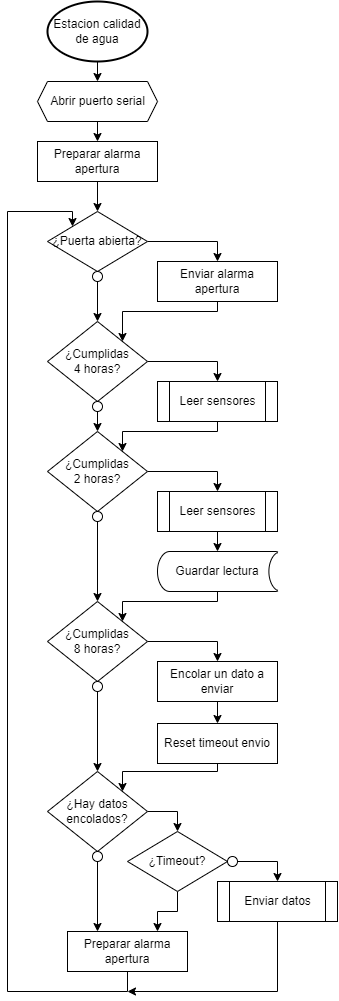
This is docs/Diagramas/Diagrama_de_flujo.png from AgustinAllegui/Estacion-calidad-agua, a draw.io export, as it was before one commit. Source tidied: cells renumbered, new cells last; positions are measured from the earlier drawing's top-left corner, leaving out a move shared by most shapes. Source of this version:
```xml
<mxGraphModel>
  <root>
    <mxCell id="0" />
    <mxCell id="1" parent="0" />
    <mxCell id="2" style="edgeStyle=orthogonalEdgeStyle;rounded=0;jettySize=auto;html=1;exitX=0.5;exitY=1;exitDx=0;exitDy=0;exitPerimeter=0;entryX=0.5;entryY=0;entryDx=0;entryDy=0;" parent="1" edge="1" source="3" target="5">
      <mxGeometry relative="1" as="geometry" />
    </mxCell>
    <mxCell id="3" value="Estacion calidad de agua" style="strokeWidth=2;html=1;shape=mxgraph.flowchart.start_2;whiteSpace=wrap;" parent="1" vertex="1">
      <mxGeometry x="40" width="100" height="60" as="geometry" />
    </mxCell>
    <mxCell id="4" style="edgeStyle=orthogonalEdgeStyle;rounded=0;jettySize=auto;html=1;exitX=0.5;exitY=1;exitDx=0;exitDy=0;entryX=0.5;entryY=0;entryDx=0;entryDy=0;" parent="1" edge="1" source="5" target="7">
      <mxGeometry relative="1" as="geometry" />
    </mxCell>
    <mxCell id="5" value="Abrir puerto serial" style="verticalLabelPosition=middle;verticalAlign=middle;html=1;shape=hexagon;perimeter=hexagonPerimeter2;arcSize=6;size=0.08333333333333333;labelPosition=center;align=center;" parent="1" vertex="1">
      <mxGeometry x="30" y="80" width="120" height="40" as="geometry" />
    </mxCell>
    <mxCell id="6" style="edgeStyle=orthogonalEdgeStyle;rounded=0;jettySize=auto;html=1;exitX=0.5;exitY=1;exitDx=0;exitDy=0;entryX=0.5;entryY=0;entryDx=0;entryDy=0;fontSize=10;" parent="1" edge="1" source="7" target="37">
      <mxGeometry relative="1" as="geometry" />
    </mxCell>
    <mxCell id="7" value="Preparar alarma apertura" style="rounded=0;whiteSpace=wrap;html=1;verticalAlign=middle;" parent="1" vertex="1">
      <mxGeometry x="30" y="140" width="120" height="40" as="geometry" />
    </mxCell>
    <mxCell id="8" style="edgeStyle=orthogonalEdgeStyle;rounded=0;jettySize=auto;html=1;exitX=1;exitY=0.5;exitDx=0;exitDy=0;entryX=0.5;entryY=0;entryDx=0;entryDy=0;" parent="1" edge="1" source="9" target="13">
      <mxGeometry relative="1" as="geometry" />
    </mxCell>
    <mxCell id="9" value="¿Cumplidas&lt;br&gt;2 horas?" style="rhombus;whiteSpace=wrap;html=1;verticalAlign=middle;" parent="1" vertex="1">
      <mxGeometry x="40" y="430" width="100" height="80" as="geometry" />
    </mxCell>
    <mxCell id="10" style="edgeStyle=orthogonalEdgeStyle;rounded=0;jettySize=auto;html=1;exitX=0.5;exitY=1;exitDx=0;exitDy=0;entryX=0.5;entryY=0;entryDx=0;entryDy=0;" parent="1" edge="1" source="11" target="17">
      <mxGeometry relative="1" as="geometry" />
    </mxCell>
    <mxCell id="11" style="ellipse;whiteSpace=wrap;html=1;verticalAlign=middle;" parent="1" vertex="1">
      <mxGeometry x="85" y="510" width="10" height="10" as="geometry" />
    </mxCell>
    <mxCell id="12" style="edgeStyle=orthogonalEdgeStyle;rounded=0;jettySize=auto;html=1;exitX=0.5;exitY=1;exitDx=0;exitDy=0;entryX=0.5;entryY=0;entryDx=0;entryDy=0;entryPerimeter=0;" parent="1" edge="1" source="13" target="15">
      <mxGeometry relative="1" as="geometry" />
    </mxCell>
    <mxCell id="13" value="Leer sensores" style="shape=process;whiteSpace=wrap;html=1;backgroundOutline=1;verticalAlign=middle;" parent="1" vertex="1">
      <mxGeometry x="150" y="490" width="120" height="40" as="geometry" />
    </mxCell>
    <mxCell id="14" style="edgeStyle=orthogonalEdgeStyle;rounded=0;jettySize=auto;html=1;exitX=0.5;exitY=1;exitDx=0;exitDy=0;exitPerimeter=0;entryX=1;entryY=0;entryDx=0;entryDy=0;" parent="1" edge="1" source="15" target="17">
      <mxGeometry relative="1" as="geometry">
        <Array as="points">
          <mxPoint x="210" y="600" />
          <mxPoint x="115" y="600" />
        </Array>
      </mxGeometry>
    </mxCell>
    <mxCell id="15" value="Guardar lectura" style="strokeWidth=1;html=1;shape=mxgraph.flowchart.stored_data;whiteSpace=wrap;verticalAlign=middle;" parent="1" vertex="1">
      <mxGeometry x="150" y="550" width="120" height="40" as="geometry" />
    </mxCell>
    <mxCell id="16" style="edgeStyle=orthogonalEdgeStyle;rounded=0;jettySize=auto;html=1;exitX=1;exitY=0.5;exitDx=0;exitDy=0;entryX=0.5;entryY=0;entryDx=0;entryDy=0;" parent="1" edge="1" source="17" target="21">
      <mxGeometry relative="1" as="geometry" />
    </mxCell>
    <mxCell id="17" value="¿Cumplidas&lt;br&gt;8 horas?" style="rhombus;whiteSpace=wrap;html=1;verticalAlign=middle;" parent="1" vertex="1">
      <mxGeometry x="40" y="600" width="100" height="80" as="geometry" />
    </mxCell>
    <mxCell id="18" style="edgeStyle=orthogonalEdgeStyle;rounded=0;jettySize=auto;html=1;exitX=0.5;exitY=1;exitDx=0;exitDy=0;entryX=0.5;entryY=0;entryDx=0;entryDy=0;" parent="1" edge="1" source="19" target="23">
      <mxGeometry relative="1" as="geometry" />
    </mxCell>
    <mxCell id="19" style="ellipse;whiteSpace=wrap;html=1;verticalAlign=middle;" parent="1" vertex="1">
      <mxGeometry x="85" y="680" width="10" height="10" as="geometry" />
    </mxCell>
    <mxCell id="20" style="edgeStyle=orthogonalEdgeStyle;rounded=0;jettySize=auto;html=1;exitX=0.5;exitY=1;exitDx=0;exitDy=0;entryX=0.5;entryY=0;entryDx=0;entryDy=0;" parent="1" edge="1" source="21" target="27">
      <mxGeometry relative="1" as="geometry" />
    </mxCell>
    <mxCell id="21" value="Encolar un dato a enviar" style="rounded=0;whiteSpace=wrap;html=1;verticalAlign=middle;" parent="1" vertex="1">
      <mxGeometry x="150" y="660" width="120" height="40" as="geometry" />
    </mxCell>
    <mxCell id="22" style="edgeStyle=orthogonalEdgeStyle;rounded=0;jettySize=auto;html=1;exitX=1;exitY=0.5;exitDx=0;exitDy=0;entryX=0.5;entryY=0;entryDx=0;entryDy=0;" parent="1" edge="1" source="23" target="29">
      <mxGeometry relative="1" as="geometry" />
    </mxCell>
    <mxCell id="23" value="¿Hay datos encolados?" style="rhombus;whiteSpace=wrap;html=1;verticalAlign=middle;" parent="1" vertex="1">
      <mxGeometry x="40" y="770" width="100" height="80" as="geometry" />
    </mxCell>
    <mxCell id="24" style="edgeStyle=orthogonalEdgeStyle;rounded=0;jettySize=auto;html=1;exitX=0.5;exitY=1;exitDx=0;exitDy=0;entryX=0.25;entryY=0;entryDx=0;entryDy=0;" parent="1" edge="1" source="25" target="35">
      <mxGeometry relative="1" as="geometry" />
    </mxCell>
    <mxCell id="25" style="ellipse;whiteSpace=wrap;html=1;verticalAlign=middle;" parent="1" vertex="1">
      <mxGeometry x="85" y="850" width="10" height="10" as="geometry" />
    </mxCell>
    <mxCell id="26" style="edgeStyle=orthogonalEdgeStyle;rounded=0;jettySize=auto;html=1;exitX=0.5;exitY=1;exitDx=0;exitDy=0;entryX=1;entryY=0;entryDx=0;entryDy=0;" parent="1" edge="1" source="27" target="23">
      <mxGeometry relative="1" as="geometry">
        <Array as="points">
          <mxPoint x="210" y="770" />
          <mxPoint x="115" y="770" />
        </Array>
      </mxGeometry>
    </mxCell>
    <mxCell id="27" value="Reset timeout envio" style="rounded=0;whiteSpace=wrap;html=1;verticalAlign=middle;" parent="1" vertex="1">
      <mxGeometry x="150" y="722" width="120" height="40" as="geometry" />
    </mxCell>
    <mxCell id="28" style="edgeStyle=orthogonalEdgeStyle;rounded=0;jettySize=auto;html=1;exitX=0.5;exitY=1;exitDx=0;exitDy=0;entryX=0.75;entryY=0;entryDx=0;entryDy=0;" parent="1" edge="1" source="29" target="35">
      <mxGeometry relative="1" as="geometry" />
    </mxCell>
    <mxCell id="29" value="¿Timeout?" style="rhombus;whiteSpace=wrap;html=1;verticalAlign=middle;" parent="1" vertex="1">
      <mxGeometry x="120" y="830" width="100" height="60" as="geometry" />
    </mxCell>
    <mxCell id="30" style="edgeStyle=orthogonalEdgeStyle;rounded=0;jettySize=auto;html=1;exitX=1;exitY=0.5;exitDx=0;exitDy=0;entryX=0.5;entryY=0;entryDx=0;entryDy=0;" parent="1" edge="1" source="31" target="33">
      <mxGeometry relative="1" as="geometry" />
    </mxCell>
    <mxCell id="31" style="ellipse;whiteSpace=wrap;html=1;verticalAlign=middle;" parent="1" vertex="1">
      <mxGeometry x="220" y="855" width="10" height="10" as="geometry" />
    </mxCell>
    <mxCell id="32" style="edgeStyle=orthogonalEdgeStyle;rounded=0;jettySize=auto;html=1;exitX=0.5;exitY=1;exitDx=0;exitDy=0;" parent="1" edge="1" source="33">
      <mxGeometry relative="1" as="geometry">
        <mxPoint x="120" y="990" as="targetPoint" />
        <Array as="points">
          <mxPoint x="270" y="990" />
        </Array>
      </mxGeometry>
    </mxCell>
    <mxCell id="33" value="Enviar datos" style="shape=process;whiteSpace=wrap;html=1;backgroundOutline=1;strokeWidth=1;verticalAlign=middle;" parent="1" vertex="1">
      <mxGeometry x="210" y="880" width="120" height="40" as="geometry" />
    </mxCell>
    <mxCell id="34" style="edgeStyle=orthogonalEdgeStyle;rounded=0;jettySize=auto;html=1;exitX=0.5;exitY=1;exitDx=0;exitDy=0;entryX=0;entryY=0;entryDx=0;entryDy=0;" parent="1" edge="1" source="35" target="37">
      <mxGeometry relative="1" as="geometry">
        <Array as="points">
          <mxPoint x="120" y="990" />
          <mxPoint y="990" />
          <mxPoint y="210" />
          <mxPoint x="65" y="210" />
        </Array>
      </mxGeometry>
    </mxCell>
    <mxCell id="35" value="Preparar alarma apertura" style="rounded=0;whiteSpace=wrap;html=1;verticalAlign=middle;" parent="1" vertex="1">
      <mxGeometry x="60" y="930" width="120" height="40" as="geometry" />
    </mxCell>
    <mxCell id="36" style="edgeStyle=orthogonalEdgeStyle;rounded=0;jettySize=auto;html=1;exitX=1;exitY=0.5;exitDx=0;exitDy=0;entryX=0.5;entryY=0;entryDx=0;entryDy=0;" parent="1" edge="1" source="37" target="41">
      <mxGeometry relative="1" as="geometry" />
    </mxCell>
    <mxCell id="37" value="¿Puerta abierta?" style="rhombus;whiteSpace=wrap;html=1;verticalAlign=middle;" parent="1" vertex="1">
      <mxGeometry x="40" y="210" width="100" height="60" as="geometry" />
    </mxCell>
    <mxCell id="38" style="edgeStyle=orthogonalEdgeStyle;rounded=0;jettySize=auto;html=1;exitX=0.5;exitY=1;exitDx=0;exitDy=0;entryX=0.5;entryY=0;entryDx=0;entryDy=0;fontSize=10;" parent="1" edge="1" source="39" target="43">
      <mxGeometry relative="1" as="geometry" />
    </mxCell>
    <mxCell id="39" style="ellipse;whiteSpace=wrap;html=1;verticalAlign=middle;" parent="1" vertex="1">
      <mxGeometry x="85" y="270" width="10" height="10" as="geometry" />
    </mxCell>
    <mxCell id="40" style="edgeStyle=orthogonalEdgeStyle;rounded=0;jettySize=auto;html=1;exitX=0.5;exitY=1;exitDx=0;exitDy=0;entryX=1;entryY=0;entryDx=0;entryDy=0;fontSize=10;" parent="1" edge="1" source="41" target="43">
      <mxGeometry relative="1" as="geometry">
        <Array as="points">
          <mxPoint x="210" y="310" />
          <mxPoint x="115" y="310" />
        </Array>
      </mxGeometry>
    </mxCell>
    <mxCell id="41" value="Enviar alarma apertura" style="rounded=0;whiteSpace=wrap;html=1;verticalAlign=middle;" parent="1" vertex="1">
      <mxGeometry x="150" y="260" width="120" height="40" as="geometry" />
    </mxCell>
    <mxCell id="42" style="edgeStyle=orthogonalEdgeStyle;rounded=0;jettySize=auto;html=1;exitX=1;exitY=0.5;exitDx=0;exitDy=0;entryX=0.5;entryY=0;entryDx=0;entryDy=0;" parent="1" edge="1" source="43" target="47">
      <mxGeometry relative="1" as="geometry" />
    </mxCell>
    <mxCell id="43" value="¿Cumplidas&lt;br&gt;4 horas?" style="rhombus;whiteSpace=wrap;html=1;verticalAlign=middle;" parent="1" vertex="1">
      <mxGeometry x="40" y="320" width="100" height="80" as="geometry" />
    </mxCell>
    <mxCell id="44" style="edgeStyle=orthogonalEdgeStyle;rounded=0;jettySize=auto;html=1;exitX=0.5;exitY=1;exitDx=0;exitDy=0;entryX=0.5;entryY=0;entryDx=0;entryDy=0;fontSize=10;" parent="1" edge="1" source="45" target="9">
      <mxGeometry relative="1" as="geometry" />
    </mxCell>
    <mxCell id="45" style="ellipse;whiteSpace=wrap;html=1;verticalAlign=middle;" parent="1" vertex="1">
      <mxGeometry x="85" y="400" width="10" height="10" as="geometry" />
    </mxCell>
    <mxCell id="46" style="edgeStyle=orthogonalEdgeStyle;rounded=0;jettySize=auto;html=1;exitX=0.5;exitY=1;exitDx=0;exitDy=0;entryX=1;entryY=0;entryDx=0;entryDy=0;fontSize=10;" parent="1" edge="1" source="47" target="9">
      <mxGeometry relative="1" as="geometry">
        <Array as="points">
          <mxPoint x="210" y="430" />
          <mxPoint x="115" y="430" />
        </Array>
      </mxGeometry>
    </mxCell>
    <mxCell id="47" value="Leer sensores" style="shape=process;whiteSpace=wrap;html=1;backgroundOutline=1;verticalAlign=middle;" parent="1" vertex="1">
      <mxGeometry x="150" y="380" width="120" height="40" as="geometry" />
    </mxCell>
  </root>
</mxGraphModel>
```
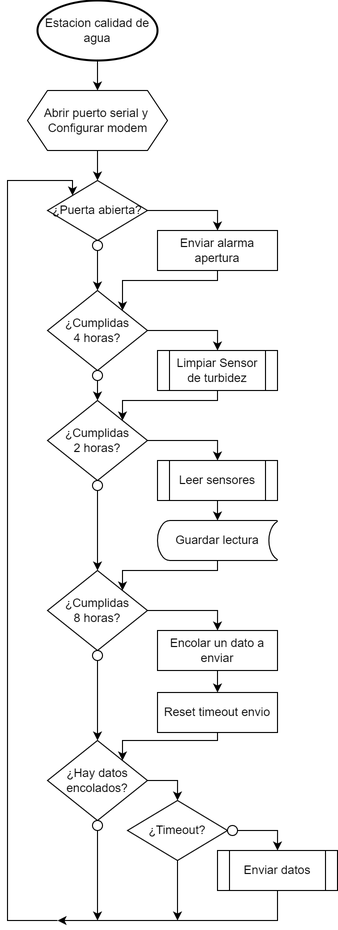
The same diagram one commit later.

Commit message:
Diagramas actualizados

Diff of the diagram source:
```diff
@@ -6,20 +6,14 @@
       <mxGeometry relative="1" as="geometry" />
     </mxCell>
     <mxCell id="3" value="Estacion calidad de agua" style="strokeWidth=2;html=1;shape=mxgraph.flowchart.start_2;whiteSpace=wrap;" parent="1" vertex="1">
-      <mxGeometry x="40" width="100" height="60" as="geometry" />
+      <mxGeometry x="30" y="30" width="120" height="60" as="geometry" />
     </mxCell>
-    <mxCell id="4" style="edgeStyle=orthogonalEdgeStyle;rounded=0;jettySize=auto;html=1;exitX=0.5;exitY=1;exitDx=0;exitDy=0;entryX=0.5;entryY=0;entryDx=0;entryDy=0;" parent="1" edge="1" source="5" target="7">
-      <mxGeometry relative="1" as="geometry" />
-    </mxCell>
+    <mxCell id="48" style="edgeStyle=orthogonalEdgeStyle;rounded=0;jettySize=auto;html=1;exitX=0.5;exitY=1;exitDx=0;exitDy=0;entryX=0.5;entryY=0;entryDx=0;entryDy=0;" parent="1" edge="1" source="5" target="37">
+      <mxGeometry relative="1" as="geometry" />
+    </mxCell>
-    <mxCell id="5" value="Abrir puerto serial" style="verticalLabelPosition=middle;verticalAlign=middle;html=1;shape=hexagon;perimeter=hexagonPerimeter2;arcSize=6;size=0.08333333333333333;labelPosition=center;align=center;" parent="1" vertex="1">
-      <mxGeometry x="30" y="80" width="120" height="40" as="geometry" />
+    <mxCell id="5" value="Abrir puerto serial y &lt;br&gt;Configurar modem" style="verticalLabelPosition=middle;verticalAlign=middle;html=1;shape=hexagon;perimeter=hexagonPerimeter2;arcSize=6;size=0.14285714285714285;labelPosition=center;align=center;" parent="1" vertex="1">
+      <mxGeometry x="20" y="120" width="140" height="60" as="geometry" />
     </mxCell>
-    <mxCell id="6" style="edgeStyle=orthogonalEdgeStyle;rounded=0;jettySize=auto;html=1;exitX=0.5;exitY=1;exitDx=0;exitDy=0;entryX=0.5;entryY=0;entryDx=0;entryDy=0;fontSize=10;" parent="1" edge="1" source="7" target="37">
-      <mxGeometry relative="1" as="geometry" />
-    </mxCell>
-    <mxCell id="7" value="Preparar alarma apertura" style="rounded=0;whiteSpace=wrap;html=1;verticalAlign=middle;" parent="1" vertex="1">
-      <mxGeometry x="30" y="140" width="120" height="40" as="geometry" />
-    </mxCell>
     <mxCell id="8" style="edgeStyle=orthogonalEdgeStyle;rounded=0;jettySize=auto;html=1;exitX=1;exitY=0.5;exitDx=0;exitDy=0;entryX=0.5;entryY=0;entryDx=0;entryDy=0;" parent="1" edge="1" source="9" target="13">
       <mxGeometry relative="1" as="geometry" />
     </mxCell>
@@ -73,8 +67,10 @@
     <mxCell id="23" value="¿Hay datos encolados?" style="rhombus;whiteSpace=wrap;html=1;verticalAlign=middle;" parent="1" vertex="1">
       <mxGeometry x="40" y="770" width="100" height="80" as="geometry" />
     </mxCell>
-    <mxCell id="24" style="edgeStyle=orthogonalEdgeStyle;rounded=0;jettySize=auto;html=1;exitX=0.5;exitY=1;exitDx=0;exitDy=0;entryX=0.25;entryY=0;entryDx=0;entryDy=0;" parent="1" edge="1" source="25" target="35">
-      <mxGeometry relative="1" as="geometry" />
+    <mxCell id="24" style="edgeStyle=orthogonalEdgeStyle;rounded=0;jettySize=auto;html=1;exitX=0.5;exitY=1;exitDx=0;exitDy=0;" parent="1" edge="1" source="25">
+      <mxGeometry relative="1" as="geometry">
+        <mxPoint x="90" y="950" as="targetPoint" />
+      </mxGeometry>
     </mxCell>
     <mxCell id="25" style="ellipse;whiteSpace=wrap;html=1;verticalAlign=middle;" parent="1" vertex="1">
       <mxGeometry x="85" y="850" width="10" height="10" as="geometry" />
@@ -90,8 +86,10 @@
     <mxCell id="27" value="Reset timeout envio" style="rounded=0;whiteSpace=wrap;html=1;verticalAlign=middle;" parent="1" vertex="1">
       <mxGeometry x="150" y="722" width="120" height="40" as="geometry" />
     </mxCell>
-    <mxCell id="28" style="edgeStyle=orthogonalEdgeStyle;rounded=0;jettySize=auto;html=1;exitX=0.5;exitY=1;exitDx=0;exitDy=0;entryX=0.75;entryY=0;entryDx=0;entryDy=0;" parent="1" edge="1" source="29" target="35">
-      <mxGeometry relative="1" as="geometry" />
+    <mxCell id="28" style="edgeStyle=orthogonalEdgeStyle;rounded=0;jettySize=auto;html=1;exitX=0.5;exitY=1;exitDx=0;exitDy=0;" parent="1" edge="1" source="29">
+      <mxGeometry relative="1" as="geometry">
+        <mxPoint x="170" y="950" as="targetPoint" />
+      </mxGeometry>
     </mxCell>
     <mxCell id="29" value="¿Timeout?" style="rhombus;whiteSpace=wrap;html=1;verticalAlign=middle;" parent="1" vertex="1">
       <mxGeometry x="120" y="830" width="100" height="60" as="geometry" />
@@ -104,28 +102,27 @@
     </mxCell>
     <mxCell id="32" style="edgeStyle=orthogonalEdgeStyle;rounded=0;jettySize=auto;html=1;exitX=0.5;exitY=1;exitDx=0;exitDy=0;" parent="1" edge="1" source="33">
       <mxGeometry relative="1" as="geometry">
-        <mxPoint x="120" y="990" as="targetPoint" />
+        <mxPoint x="50" y="950" as="targetPoint" />
         <Array as="points">
-          <mxPoint x="270" y="990" />
+          <mxPoint x="270" y="950" />
+          <mxPoint x="50" y="950" />
         </Array>
       </mxGeometry>
     </mxCell>
     <mxCell id="33" value="Enviar datos" style="shape=process;whiteSpace=wrap;html=1;backgroundOutline=1;strokeWidth=1;verticalAlign=middle;" parent="1" vertex="1">
       <mxGeometry x="210" y="880" width="120" height="40" as="geometry" />
     </mxCell>
-    <mxCell id="34" style="edgeStyle=orthogonalEdgeStyle;rounded=0;jettySize=auto;html=1;exitX=0.5;exitY=1;exitDx=0;exitDy=0;entryX=0;entryY=0;entryDx=0;entryDy=0;" parent="1" edge="1" source="35" target="37">
+    <mxCell id="34" style="edgeStyle=orthogonalEdgeStyle;rounded=0;jettySize=auto;html=1;entryX=0;entryY=0;entryDx=0;entryDy=0;" parent="1" edge="1" target="37">
       <mxGeometry relative="1" as="geometry">
+        <mxPoint x="50" y="950" as="sourcePoint" />
         <Array as="points">
-          <mxPoint x="120" y="990" />
-          <mxPoint y="990" />
+          <mxPoint x="50" y="950" />
+          <mxPoint y="950" />
           <mxPoint y="210" />
           <mxPoint x="65" y="210" />
         </Array>
       </mxGeometry>
     </mxCell>
-    <mxCell id="35" value="Preparar alarma apertura" style="rounded=0;whiteSpace=wrap;html=1;verticalAlign=middle;" parent="1" vertex="1">
-      <mxGeometry x="60" y="930" width="120" height="40" as="geometry" />
-    </mxCell>
     <mxCell id="36" style="edgeStyle=orthogonalEdgeStyle;rounded=0;jettySize=auto;html=1;exitX=1;exitY=0.5;exitDx=0;exitDy=0;entryX=0.5;entryY=0;entryDx=0;entryDy=0;" parent="1" edge="1" source="37" target="41">
       <mxGeometry relative="1" as="geometry" />
     </mxCell>
@@ -169,7 +166,7 @@
         </Array>
       </mxGeometry>
     </mxCell>
-    <mxCell id="47" value="Leer sensores" style="shape=process;whiteSpace=wrap;html=1;backgroundOutline=1;verticalAlign=middle;" parent="1" vertex="1">
+    <mxCell id="47" value="Limpiar Sensor de turbidez" style="shape=process;whiteSpace=wrap;html=1;backgroundOutline=1;verticalAlign=middle;" parent="1" vertex="1">
       <mxGeometry x="150" y="380" width="120" height="40" as="geometry" />
     </mxCell>
   </root>
```
